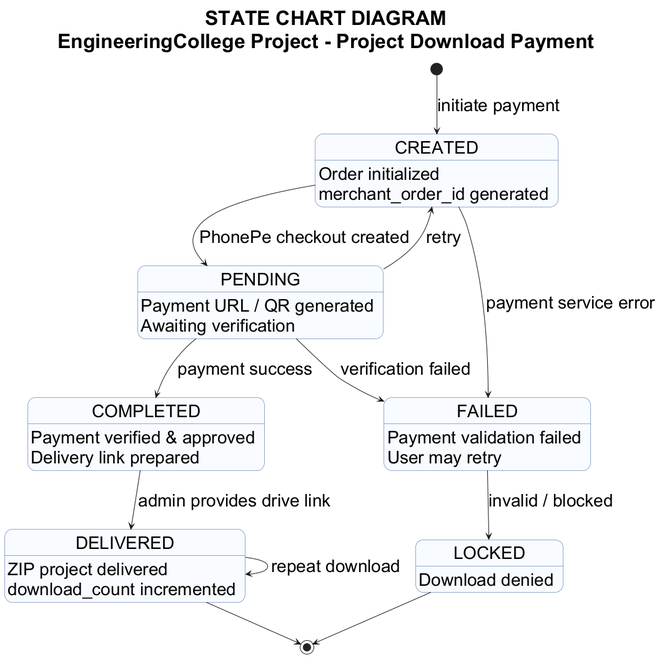
This is project_domains/software-engineering/engineeringcollege-project/UML Diagrams/state_chart_diagram.png from kvijanrk13/engineeringcollege, a PlantUML export, as it was before one commit. Source of this version:
```plantuml
@startuml
title STATE CHART DIAGRAM\nEngineeringCollege Project - Project Download Payment

skinparam backgroundColor white
skinparam shadowing false
skinparam defaultFontName Arial
skinparam defaultFontSize 28
skinparam titleFontSize 32
skinparam titleFontStyle bold
skinparam noteFontSize 24
skinparam state {
  BorderColor #2F5597
  BackgroundColor #F8FBFF
}

[*] --> CREATED : initiate payment
CREATED --> PENDING : PhonePe checkout created
CREATED --> FAILED : payment service error
PENDING --> COMPLETED : payment success
PENDING --> FAILED : verification failed
PENDING --> CREATED : retry
COMPLETED --> DELIVERED : admin provides drive link
DELIVERED --> DELIVERED : repeat download
DELIVERED --> [*]
FAILED --> LOCKED : invalid / blocked
LOCKED --> [*]

state CREATED {
  CREATED : Order initialized
  CREATED : merchant_order_id generated
}

state PENDING {
  PENDING : Payment URL / QR generated
  PENDING : Awaiting verification
}

state COMPLETED {
  COMPLETED : Payment verified & approved
  COMPLETED : Delivery link prepared
}

state DELIVERED {
  DELIVERED : ZIP project delivered
  DELIVERED : download_count incremented
}

state FAILED {
  FAILED : Payment validation failed
  FAILED : User may retry
}

state LOCKED {
  LOCKED : Download denied
}
@enduml
```
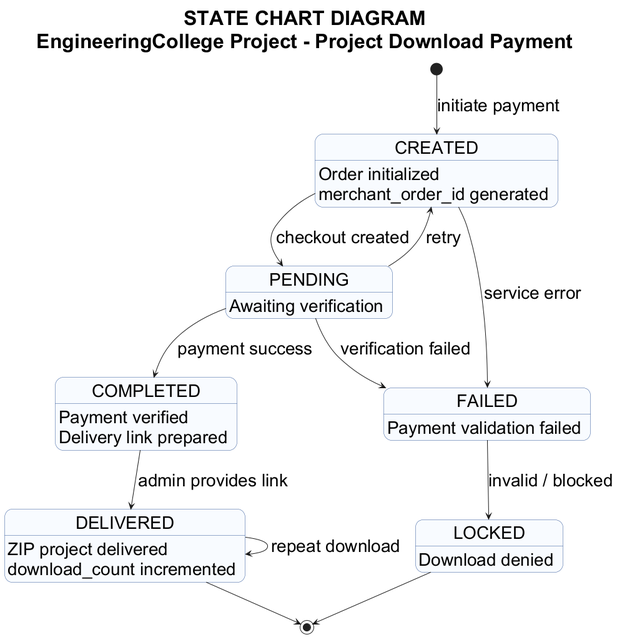
After the commit.

Commit message:
Refresh A4 UML diagrams: remove Car Price + PhonePe, add ER diagram, regen PNGs

Change to the diagram source:
```diff
@@ -7,19 +7,18 @@
 skinparam defaultFontSize 28
 skinparam titleFontSize 32
 skinparam titleFontStyle bold
-skinparam noteFontSize 24
 skinparam state {
   BorderColor #2F5597
   BackgroundColor #F8FBFF
 }
 
 [*] --> CREATED : initiate payment
-CREATED --> PENDING : PhonePe checkout created
-CREATED --> FAILED : payment service error
+CREATED --> PENDING : checkout created
+CREATED --> FAILED : service error
 PENDING --> COMPLETED : payment success
 PENDING --> FAILED : verification failed
 PENDING --> CREATED : retry
-COMPLETED --> DELIVERED : admin provides drive link
+COMPLETED --> DELIVERED : admin provides link
 DELIVERED --> DELIVERED : repeat download
 DELIVERED --> [*]
 FAILED --> LOCKED : invalid / blocked
@@ -31,12 +30,11 @@
 }
 
 state PENDING {
-  PENDING : Payment URL / QR generated
   PENDING : Awaiting verification
 }
 
 state COMPLETED {
-  COMPLETED : Payment verified & approved
+  COMPLETED : Payment verified
   COMPLETED : Delivery link prepared
 }
 
@@ -47,7 +45,6 @@
 
 state FAILED {
   FAILED : Payment validation failed
-  FAILED : User may retry
 }
 
 state LOCKED {
```
